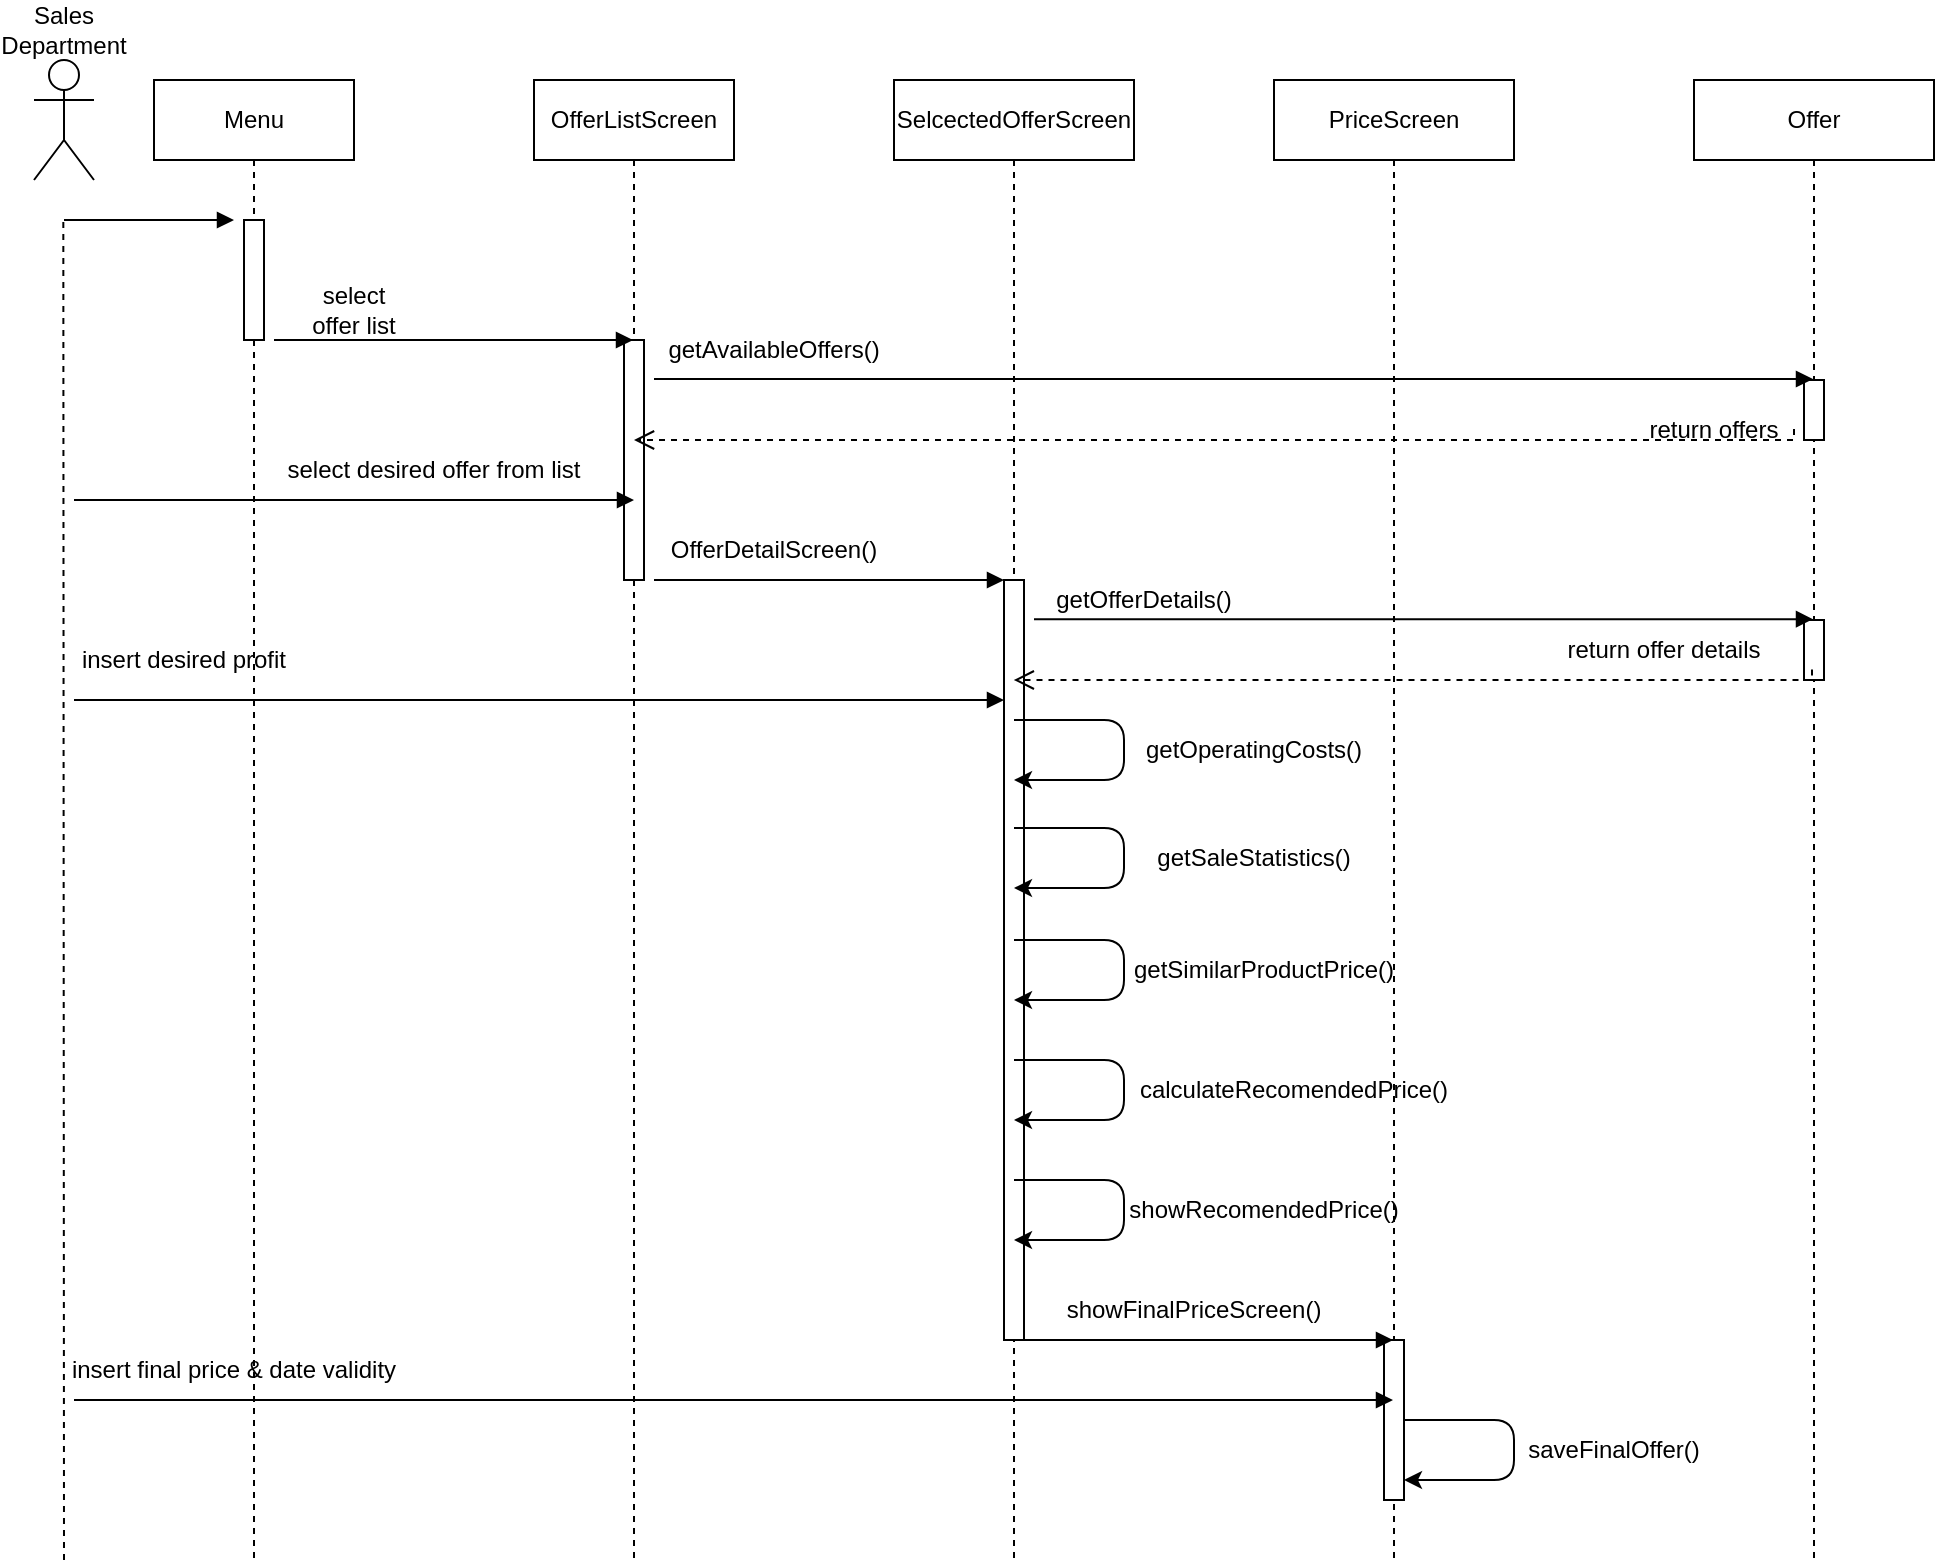
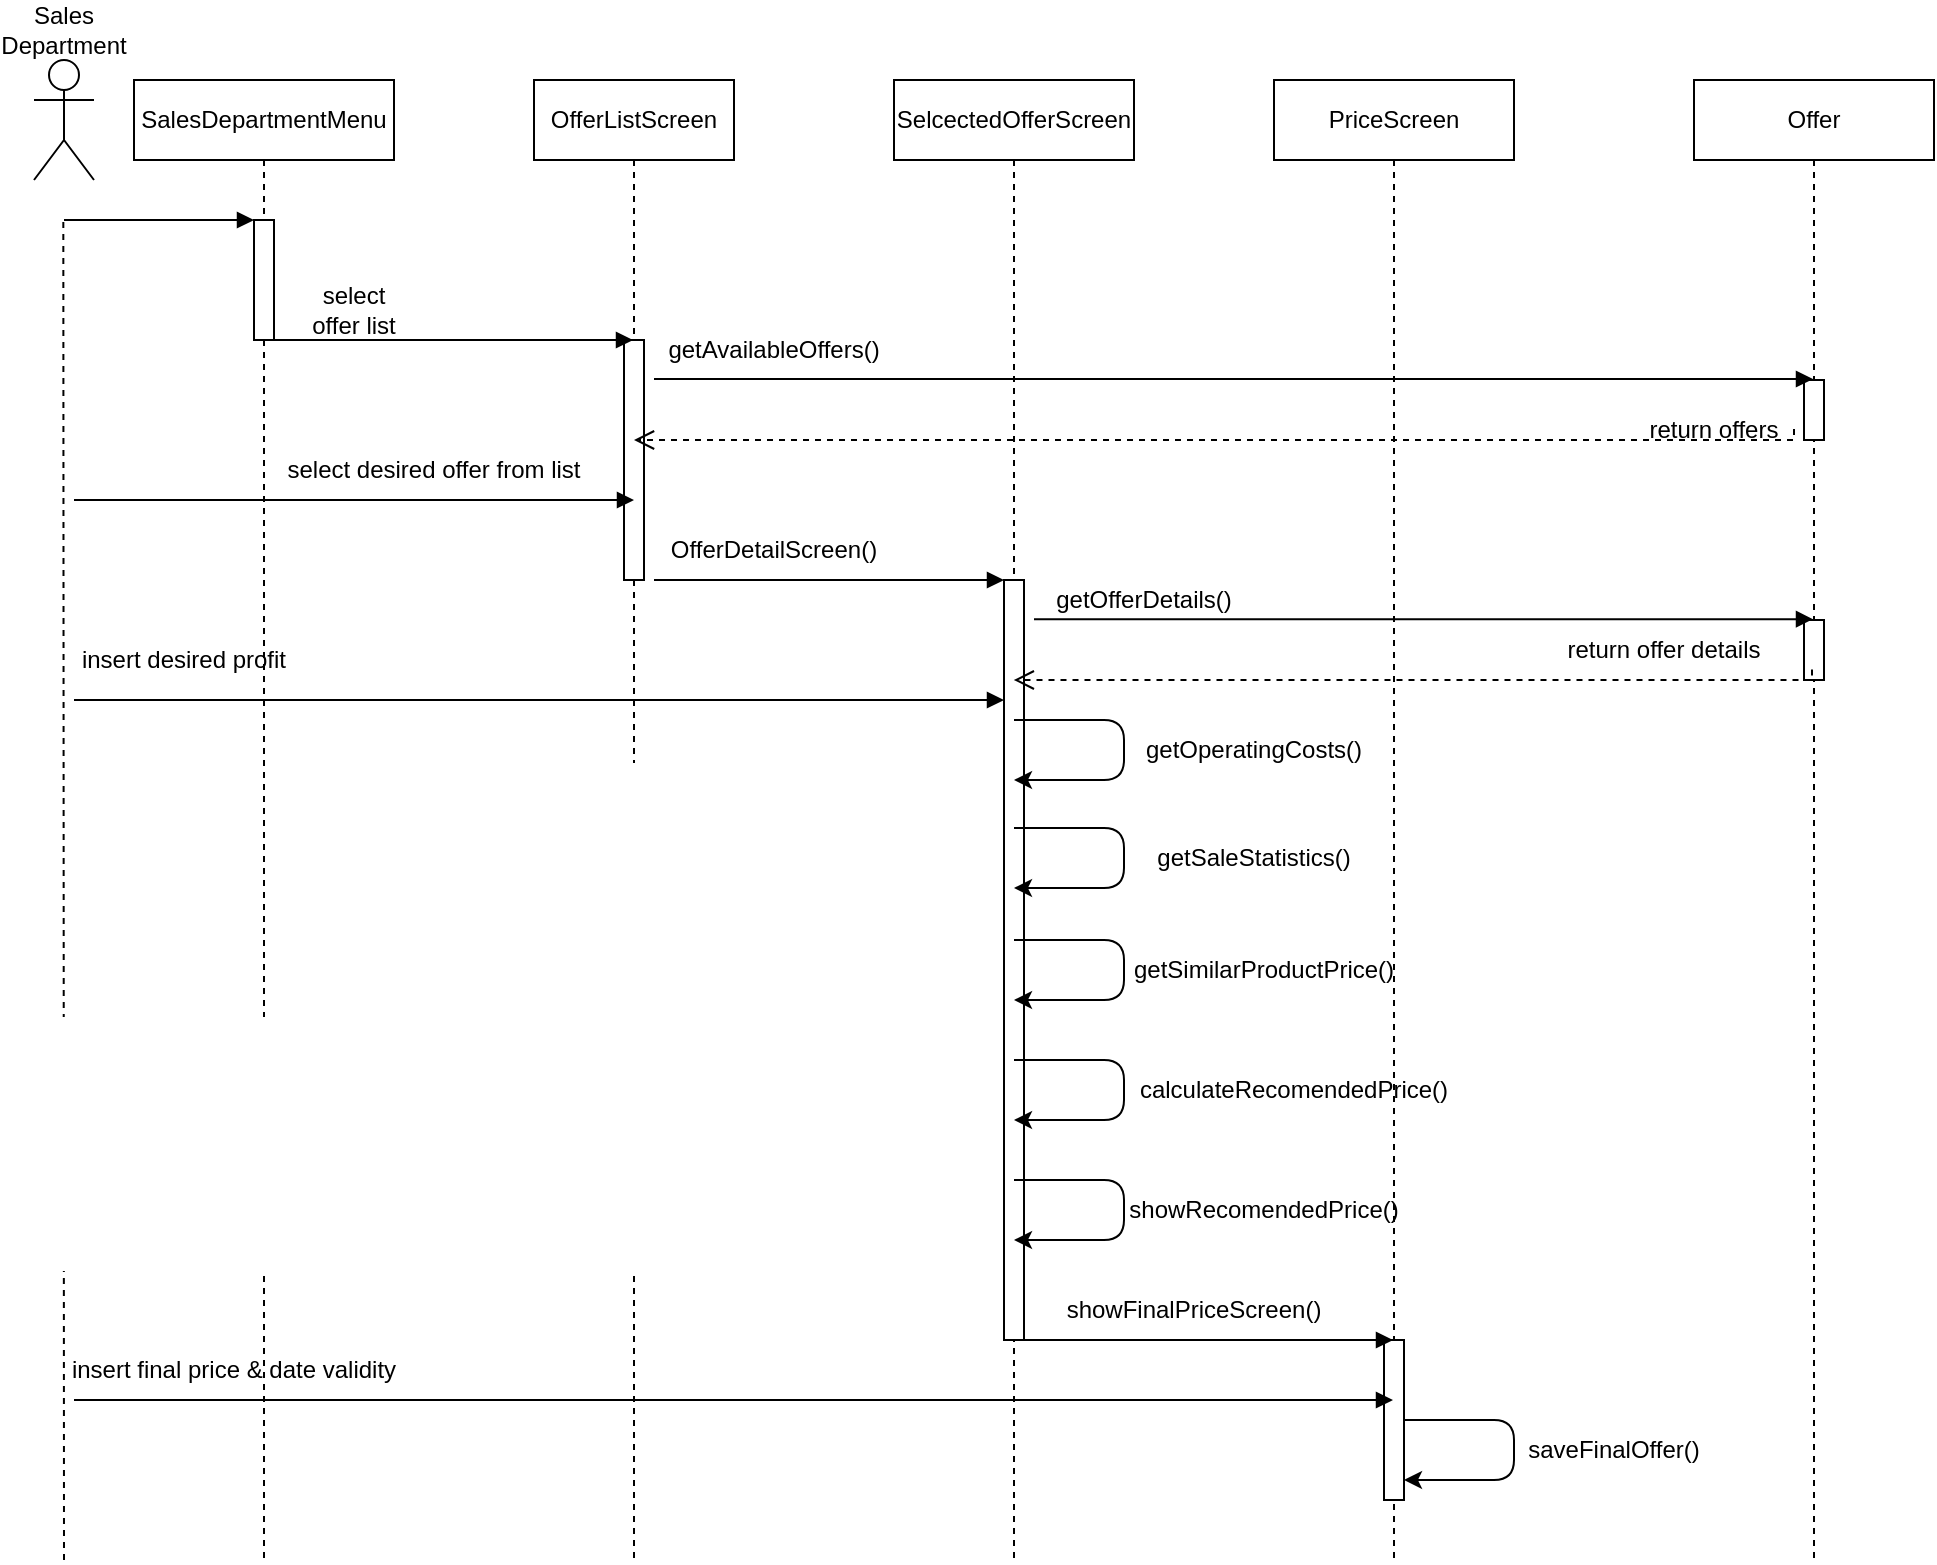
<mxfile host="Electron" agent="5.0 (Macintosh; Intel Mac OS X 10_15_7) AppleWebKit/537.36 (KHTML, like Gecko) Chrome/109.0.0.0 Safari/537.36">
  <diagram name="Page-1" id="2YBvvXClWsGukQMizWep">
-     <mxGraphModel dx="1768" dy="1104" grid="1" gridSize="10" guides="1" tooltips="1" connect="1" arrows="1" fold="1" page="1" pageScale="1" pageWidth="1169" pageHeight="827" math="0" shadow="0">
+     <mxGraphModel dx="1414" dy="883" grid="1" gridSize="10" guides="1" tooltips="1" connect="1" arrows="1" fold="1" page="1" pageScale="1" pageWidth="1169" pageHeight="827" math="0" shadow="0">
      <root>
        <mxCell id="0" />
        <mxCell id="1" parent="0" />
-         <mxCell id="aM9ryv3xv72pqoxQDRHE-1" parent="1" style="shape=umlLifeline;perimeter=lifelinePerimeter;whiteSpace=wrap;html=1;container=0;dropTarget=0;collapsible=0;recursiveResize=0;outlineConnect=0;portConstraint=eastwest;newEdgeStyle={&quot;edgeStyle&quot;:&quot;elbowEdgeStyle&quot;,&quot;elbow&quot;:&quot;vertical&quot;,&quot;curved&quot;:0,&quot;rounded&quot;:0};" value="Menu" vertex="1">
-           <mxGeometry height="740" width="100" x="90" y="40" as="geometry" />
+         <mxCell id="aM9ryv3xv72pqoxQDRHE-1" parent="1" style="shape=umlLifeline;perimeter=lifelinePerimeter;whiteSpace=wrap;html=1;container=0;dropTarget=0;collapsible=0;recursiveResize=0;outlineConnect=0;portConstraint=eastwest;newEdgeStyle={&quot;edgeStyle&quot;:&quot;elbowEdgeStyle&quot;,&quot;elbow&quot;:&quot;vertical&quot;,&quot;curved&quot;:0,&quot;rounded&quot;:0};" value="SalesDepartmentMenu" vertex="1">
+           <mxGeometry height="740" width="130" x="80" y="40" as="geometry" />
        </mxCell>
        <mxCell id="aM9ryv3xv72pqoxQDRHE-2" parent="aM9ryv3xv72pqoxQDRHE-1" style="html=1;points=[];perimeter=orthogonalPerimeter;outlineConnect=0;targetShapes=umlLifeline;portConstraint=eastwest;newEdgeStyle={&quot;edgeStyle&quot;:&quot;elbowEdgeStyle&quot;,&quot;elbow&quot;:&quot;vertical&quot;,&quot;curved&quot;:0,&quot;rounded&quot;:0};" value="" vertex="1">
-           <mxGeometry height="60" width="10" x="45" y="70" as="geometry" />
+           <mxGeometry height="60" width="10" x="60" y="70" as="geometry" />
        </mxCell>
        <mxCell id="aM9ryv3xv72pqoxQDRHE-5" parent="1" style="shape=umlLifeline;perimeter=lifelinePerimeter;whiteSpace=wrap;html=1;container=0;dropTarget=0;collapsible=0;recursiveResize=0;outlineConnect=0;portConstraint=eastwest;newEdgeStyle={&quot;edgeStyle&quot;:&quot;elbowEdgeStyle&quot;,&quot;elbow&quot;:&quot;vertical&quot;,&quot;curved&quot;:0,&quot;rounded&quot;:0};" value="OfferListScreen" vertex="1">
          <mxGeometry height="740" width="100" x="280" y="40" as="geometry" />
        </mxCell>
        <mxCell id="aM9ryv3xv72pqoxQDRHE-6" parent="aM9ryv3xv72pqoxQDRHE-5" style="html=1;points=[];perimeter=orthogonalPerimeter;outlineConnect=0;targetShapes=umlLifeline;portConstraint=eastwest;newEdgeStyle={&quot;edgeStyle&quot;:&quot;elbowEdgeStyle&quot;,&quot;elbow&quot;:&quot;vertical&quot;,&quot;curved&quot;:0,&quot;rounded&quot;:0};" value="" vertex="1">
          <mxGeometry height="120" width="10" x="45" y="130" as="geometry" />
        </mxCell>
-         <mxCell id="aM9ryv3xv72pqoxQDRHE-7" edge="1" parent="1" style="html=1;verticalAlign=bottom;endArrow=block;edgeStyle=elbowEdgeStyle;elbow=vertical;curved=0;rounded=0;" value="">
+         <mxCell id="aM9ryv3xv72pqoxQDRHE-7" edge="1" parent="1" style="html=1;verticalAlign=bottom;endArrow=block;edgeStyle=elbowEdgeStyle;elbow=vertical;curved=0;rounded=0;" target="aM9ryv3xv72pqoxQDRHE-2" value="">
          <mxGeometry relative="1" as="geometry">
            <Array as="points">
              <mxPoint x="45" y="110" />
            </Array>
            <mxPoint x="50" y="110" as="sourcePoint" />
            <mxPoint x="130" y="110" as="targetPoint" />
          </mxGeometry>
        </mxCell>
        <mxCell id="aM9ryv3xv72pqoxQDRHE-8" edge="1" parent="1" style="html=1;verticalAlign=bottom;endArrow=open;dashed=1;endSize=8;edgeStyle=elbowEdgeStyle;elbow=vertical;curved=0;rounded=0;" target="aM9ryv3xv72pqoxQDRHE-5" value="">
          <mxGeometry relative="1" as="geometry">
            <Array as="points">
              <mxPoint x="780" y="220" />
              <mxPoint x="1110" y="214.5" />
            </Array>
            <mxPoint x="910" y="214.49999999999977" as="sourcePoint" />
            <mxPoint x="740" y="214.49999999999977" as="targetPoint" />
          </mxGeometry>
        </mxCell>
        <mxCell id="XQ9o8wrTZQphETnOL21r-1" parent="1" style="shape=umlActor;verticalLabelPosition=bottom;verticalAlign=top;html=1;outlineConnect=0;" value="" vertex="1">
          <mxGeometry height="60" width="30" x="30" y="30" as="geometry" />
        </mxCell>
        <mxCell id="XQ9o8wrTZQphETnOL21r-6" parent="1" style="text;html=1;whiteSpace=wrap;strokeColor=none;fillColor=none;align=center;verticalAlign=middle;rounded=0;" value="Sales Department" vertex="1">
          <mxGeometry height="30" width="60" x="15" as="geometry" />
        </mxCell>
        <mxCell id="XQ9o8wrTZQphETnOL21r-8" edge="1" parent="1" style="endArrow=none;dashed=1;html=1;rounded=0;" value="">
          <mxGeometry height="50" relative="1" width="50" as="geometry">
            <mxPoint x="45" y="780" as="sourcePoint" />
            <mxPoint x="44.65999999999999" y="110" as="targetPoint" />
          </mxGeometry>
        </mxCell>
        <mxCell id="XQ9o8wrTZQphETnOL21r-12" parent="1" style="shape=umlLifeline;perimeter=lifelinePerimeter;whiteSpace=wrap;html=1;container=0;dropTarget=0;collapsible=0;recursiveResize=0;outlineConnect=0;portConstraint=eastwest;newEdgeStyle={&quot;edgeStyle&quot;:&quot;elbowEdgeStyle&quot;,&quot;elbow&quot;:&quot;vertical&quot;,&quot;curved&quot;:0,&quot;rounded&quot;:0};" value="SelcectedOfferScreen" vertex="1">
          <mxGeometry height="740" width="120" x="460" y="40" as="geometry" />
        </mxCell>
        <mxCell id="XQ9o8wrTZQphETnOL21r-13" parent="XQ9o8wrTZQphETnOL21r-12" style="html=1;points=[];perimeter=orthogonalPerimeter;outlineConnect=0;targetShapes=umlLifeline;portConstraint=eastwest;newEdgeStyle={&quot;edgeStyle&quot;:&quot;elbowEdgeStyle&quot;,&quot;elbow&quot;:&quot;vertical&quot;,&quot;curved&quot;:0,&quot;rounded&quot;:0};" value="" vertex="1">
          <mxGeometry height="380" width="10" x="55" y="250" as="geometry" />
        </mxCell>
        <mxCell id="XQ9o8wrTZQphETnOL21r-14" parent="1" style="shape=umlLifeline;perimeter=lifelinePerimeter;whiteSpace=wrap;html=1;container=0;dropTarget=0;collapsible=0;recursiveResize=0;outlineConnect=0;portConstraint=eastwest;newEdgeStyle={&quot;edgeStyle&quot;:&quot;elbowEdgeStyle&quot;,&quot;elbow&quot;:&quot;vertical&quot;,&quot;curved&quot;:0,&quot;rounded&quot;:0};" value="PriceScreen" vertex="1">
          <mxGeometry height="740" width="120" x="650" y="40" as="geometry" />
        </mxCell>
        <mxCell id="XQ9o8wrTZQphETnOL21r-15" parent="XQ9o8wrTZQphETnOL21r-14" style="html=1;points=[];perimeter=orthogonalPerimeter;outlineConnect=0;targetShapes=umlLifeline;portConstraint=eastwest;newEdgeStyle={&quot;edgeStyle&quot;:&quot;elbowEdgeStyle&quot;,&quot;elbow&quot;:&quot;vertical&quot;,&quot;curved&quot;:0,&quot;rounded&quot;:0};" value="" vertex="1">
          <mxGeometry height="80" width="10" x="55" y="630" as="geometry" />
        </mxCell>
        <mxCell id="XQ9o8wrTZQphETnOL21r-16" parent="1" style="shape=umlLifeline;perimeter=lifelinePerimeter;whiteSpace=wrap;html=1;container=0;dropTarget=0;collapsible=0;recursiveResize=0;outlineConnect=0;portConstraint=eastwest;newEdgeStyle={&quot;edgeStyle&quot;:&quot;elbowEdgeStyle&quot;,&quot;elbow&quot;:&quot;vertical&quot;,&quot;curved&quot;:0,&quot;rounded&quot;:0};" value="Offer" vertex="1">
          <mxGeometry height="740" width="120" x="860" y="40" as="geometry" />
        </mxCell>
        <mxCell id="XQ9o8wrTZQphETnOL21r-17" parent="XQ9o8wrTZQphETnOL21r-16" style="html=1;points=[];perimeter=orthogonalPerimeter;outlineConnect=0;targetShapes=umlLifeline;portConstraint=eastwest;newEdgeStyle={&quot;edgeStyle&quot;:&quot;elbowEdgeStyle&quot;,&quot;elbow&quot;:&quot;vertical&quot;,&quot;curved&quot;:0,&quot;rounded&quot;:0};" value="" vertex="1">
          <mxGeometry height="30" width="10" x="55" y="150" as="geometry" />
        </mxCell>
        <mxCell id="XQ9o8wrTZQphETnOL21r-56" parent="XQ9o8wrTZQphETnOL21r-16" style="html=1;points=[];perimeter=orthogonalPerimeter;outlineConnect=0;targetShapes=umlLifeline;portConstraint=eastwest;newEdgeStyle={&quot;edgeStyle&quot;:&quot;elbowEdgeStyle&quot;,&quot;elbow&quot;:&quot;vertical&quot;,&quot;curved&quot;:0,&quot;rounded&quot;:0};" value="" vertex="1">
          <mxGeometry height="30" width="10" x="55" y="270" as="geometry" />
        </mxCell>
        <mxCell id="XQ9o8wrTZQphETnOL21r-19" edge="1" parent="1" style="html=1;verticalAlign=bottom;endArrow=block;edgeStyle=elbowEdgeStyle;elbow=vertical;curved=0;rounded=0;" target="aM9ryv3xv72pqoxQDRHE-5" value="">
          <mxGeometry relative="1" as="geometry">
            <Array as="points">
              <mxPoint x="150" y="170" />
            </Array>
            <mxPoint x="155" y="170" as="sourcePoint" />
            <mxPoint x="235" y="170" as="targetPoint" />
          </mxGeometry>
        </mxCell>
        <mxCell id="XQ9o8wrTZQphETnOL21r-20" parent="1" style="text;html=1;whiteSpace=wrap;strokeColor=none;fillColor=none;align=center;verticalAlign=middle;rounded=0;" value="select offer list" vertex="1">
          <mxGeometry height="30" width="60" x="160" y="140" as="geometry" />
        </mxCell>
        <mxCell id="XQ9o8wrTZQphETnOL21r-21" edge="1" parent="1" style="html=1;verticalAlign=bottom;endArrow=block;edgeStyle=elbowEdgeStyle;elbow=vertical;curved=0;rounded=0;" value="">
          <mxGeometry relative="1" as="geometry">
            <Array as="points">
              <mxPoint x="50" y="250" />
            </Array>
            <mxPoint x="155" y="250" as="sourcePoint" />
            <mxPoint x="330" y="250" as="targetPoint" />
          </mxGeometry>
        </mxCell>
        <mxCell id="XQ9o8wrTZQphETnOL21r-22" parent="1" style="text;html=1;whiteSpace=wrap;strokeColor=none;fillColor=none;align=center;verticalAlign=middle;rounded=0;" value="select desired offer from list" vertex="1">
          <mxGeometry height="30" width="160" x="150" y="220" as="geometry" />
        </mxCell>
        <mxCell id="XQ9o8wrTZQphETnOL21r-23" edge="1" parent="1" style="html=1;verticalAlign=bottom;endArrow=block;edgeStyle=elbowEdgeStyle;elbow=vertical;curved=0;rounded=0;" target="XQ9o8wrTZQphETnOL21r-13" value="">
          <mxGeometry relative="1" as="geometry">
            <Array as="points">
              <mxPoint x="340" y="290" />
            </Array>
            <mxPoint x="445" y="290" as="sourcePoint" />
            <mxPoint x="510" y="290" as="targetPoint" />
          </mxGeometry>
        </mxCell>
        <mxCell id="XQ9o8wrTZQphETnOL21r-24" parent="1" style="text;html=1;whiteSpace=wrap;strokeColor=none;fillColor=none;align=center;verticalAlign=middle;rounded=0;" value="OfferDetailScreen()" vertex="1">
          <mxGeometry height="30" width="60" x="370" y="260" as="geometry" />
        </mxCell>
        <mxCell id="XQ9o8wrTZQphETnOL21r-26" edge="1" parent="1" style="html=1;verticalAlign=bottom;endArrow=block;edgeStyle=elbowEdgeStyle;elbow=vertical;curved=0;rounded=0;" value="">
          <mxGeometry relative="1" as="geometry">
            <Array as="points">
              <mxPoint x="530" y="309.58" />
            </Array>
            <mxPoint x="635" y="309.58" as="sourcePoint" />
            <mxPoint x="919.5" y="309.58" as="targetPoint" />
          </mxGeometry>
        </mxCell>
        <mxCell id="XQ9o8wrTZQphETnOL21r-27" edge="1" parent="1" style="html=1;verticalAlign=bottom;endArrow=block;edgeStyle=elbowEdgeStyle;elbow=vertical;curved=0;rounded=0;" target="XQ9o8wrTZQphETnOL21r-16" value="">
          <mxGeometry relative="1" as="geometry">
            <Array as="points">
              <mxPoint x="340" y="189.5" />
            </Array>
            <mxPoint x="445" y="189.5" as="sourcePoint" />
            <mxPoint x="515" y="189.5" as="targetPoint" />
          </mxGeometry>
        </mxCell>
        <mxCell id="XQ9o8wrTZQphETnOL21r-28" parent="1" style="text;html=1;whiteSpace=wrap;strokeColor=none;fillColor=none;align=center;verticalAlign=middle;rounded=0;" value="getAvailableOffers()" vertex="1">
          <mxGeometry height="30" width="60" x="370" y="160" as="geometry" />
        </mxCell>
        <mxCell id="XQ9o8wrTZQphETnOL21r-29" parent="1" style="text;html=1;whiteSpace=wrap;strokeColor=none;fillColor=none;align=center;verticalAlign=middle;rounded=0;" value="return offers" vertex="1">
          <mxGeometry height="30" width="80" x="830" y="200" as="geometry" />
        </mxCell>
        <mxCell id="XQ9o8wrTZQphETnOL21r-30" parent="1" style="text;html=1;whiteSpace=wrap;strokeColor=none;fillColor=none;align=center;verticalAlign=middle;rounded=0;" value="getOfferDetails()" vertex="1">
          <mxGeometry height="30" width="60" x="555" y="285" as="geometry" />
        </mxCell>
        <mxCell id="XQ9o8wrTZQphETnOL21r-31" edge="1" parent="1" style="html=1;verticalAlign=bottom;endArrow=open;dashed=1;endSize=8;edgeStyle=elbowEdgeStyle;elbow=vertical;curved=0;rounded=0;" value="">
          <mxGeometry relative="1" as="geometry">
            <Array as="points">
              <mxPoint x="910" y="340" />
              <mxPoint x="1119" y="334.7500000000002" />
            </Array>
            <mxPoint x="919" y="334.75" as="sourcePoint" />
            <mxPoint x="519.8939393939393" y="340" as="targetPoint" />
          </mxGeometry>
        </mxCell>
        <mxCell id="XQ9o8wrTZQphETnOL21r-32" parent="1" style="text;html=1;whiteSpace=wrap;strokeColor=none;fillColor=none;align=center;verticalAlign=middle;rounded=0;" value="return offer details" vertex="1">
          <mxGeometry height="30" width="110" x="790" y="310" as="geometry" />
        </mxCell>
        <mxCell id="XQ9o8wrTZQphETnOL21r-34" edge="1" parent="1" source="XQ9o8wrTZQphETnOL21r-12" style="curved=0;endArrow=classic;html=1;rounded=1;" target="XQ9o8wrTZQphETnOL21r-12" value="">
          <mxGeometry height="50" relative="1" width="50" as="geometry">
            <Array as="points">
              <mxPoint x="575" y="360" />
              <mxPoint x="575" y="390" />
            </Array>
            <mxPoint x="550" y="360" as="sourcePoint" />
            <mxPoint x="550" y="390" as="targetPoint" />
          </mxGeometry>
        </mxCell>
        <mxCell id="XQ9o8wrTZQphETnOL21r-35" parent="1" style="text;html=1;whiteSpace=wrap;strokeColor=none;fillColor=none;align=center;verticalAlign=middle;rounded=0;" value="getOperatingCosts()" vertex="1">
          <mxGeometry height="30" width="60" x="610" y="360" as="geometry" />
        </mxCell>
        <mxCell id="XQ9o8wrTZQphETnOL21r-36" edge="1" parent="1" style="curved=0;endArrow=classic;html=1;rounded=1;" value="">
          <mxGeometry height="50" relative="1" width="50" as="geometry">
            <Array as="points">
              <mxPoint x="575" y="414" />
              <mxPoint x="575" y="444" />
            </Array>
            <mxPoint x="520" y="414" as="sourcePoint" />
            <mxPoint x="520" y="444" as="targetPoint" />
          </mxGeometry>
        </mxCell>
        <mxCell id="XQ9o8wrTZQphETnOL21r-39" edge="1" parent="1" style="curved=0;endArrow=classic;html=1;rounded=1;" value="">
          <mxGeometry height="50" relative="1" width="50" as="geometry">
            <Array as="points">
              <mxPoint x="575" y="470" />
              <mxPoint x="575" y="500" />
            </Array>
            <mxPoint x="520" y="470" as="sourcePoint" />
            <mxPoint x="520" y="500" as="targetPoint" />
          </mxGeometry>
        </mxCell>
        <mxCell id="XQ9o8wrTZQphETnOL21r-40" edge="1" parent="1" style="curved=0;endArrow=classic;html=1;rounded=1;" value="">
          <mxGeometry height="50" relative="1" width="50" as="geometry">
            <Array as="points">
              <mxPoint x="575" y="530" />
              <mxPoint x="575" y="560" />
            </Array>
            <mxPoint x="520" y="530" as="sourcePoint" />
            <mxPoint x="520" y="560" as="targetPoint" />
          </mxGeometry>
        </mxCell>
        <mxCell id="XQ9o8wrTZQphETnOL21r-41" parent="1" style="text;html=1;whiteSpace=wrap;strokeColor=none;fillColor=none;align=center;verticalAlign=middle;rounded=0;" value="getSaleStatistics()" vertex="1">
          <mxGeometry height="30" width="60" x="610" y="414" as="geometry" />
        </mxCell>
        <mxCell id="XQ9o8wrTZQphETnOL21r-43" parent="1" style="text;html=1;whiteSpace=wrap;strokeColor=none;fillColor=none;align=center;verticalAlign=middle;rounded=0;" value="getSimilarProductPrice()" vertex="1">
          <mxGeometry height="30" width="60" x="615" y="470" as="geometry" />
        </mxCell>
        <mxCell id="XQ9o8wrTZQphETnOL21r-44" parent="1" style="text;html=1;whiteSpace=wrap;strokeColor=none;fillColor=none;align=center;verticalAlign=middle;rounded=0;" value="calculateRecomendedPrice()" vertex="1">
          <mxGeometry height="30" width="60" x="630" y="530" as="geometry" />
        </mxCell>
        <mxCell id="XQ9o8wrTZQphETnOL21r-45" edge="1" parent="1" style="curved=0;endArrow=classic;html=1;rounded=1;" value="">
          <mxGeometry height="50" relative="1" width="50" as="geometry">
            <Array as="points">
              <mxPoint x="575" y="590" />
              <mxPoint x="575" y="620" />
            </Array>
            <mxPoint x="520" y="590" as="sourcePoint" />
            <mxPoint x="520" y="620" as="targetPoint" />
          </mxGeometry>
        </mxCell>
        <mxCell id="XQ9o8wrTZQphETnOL21r-46" parent="1" style="text;html=1;whiteSpace=wrap;strokeColor=none;fillColor=none;align=center;verticalAlign=middle;rounded=0;" value="showRecomendedPrice()" vertex="1">
          <mxGeometry height="30" width="60" x="615" y="590" as="geometry" />
        </mxCell>
        <mxCell id="XQ9o8wrTZQphETnOL21r-47" edge="1" parent="1" style="html=1;verticalAlign=bottom;endArrow=block;edgeStyle=elbowEdgeStyle;elbow=vertical;curved=0;rounded=0;" value="">
          <mxGeometry relative="1" as="geometry">
            <Array as="points">
              <mxPoint x="520" y="670" />
            </Array>
            <mxPoint x="625" y="670" as="sourcePoint" />
            <mxPoint x="709.5" y="670" as="targetPoint" />
          </mxGeometry>
        </mxCell>
        <mxCell id="XQ9o8wrTZQphETnOL21r-48" parent="1" style="text;html=1;whiteSpace=wrap;strokeColor=none;fillColor=none;align=center;verticalAlign=middle;rounded=0;" value="showFinalPriceScreen()" vertex="1">
          <mxGeometry height="30" width="60" x="580" y="640" as="geometry" />
        </mxCell>
        <mxCell id="XQ9o8wrTZQphETnOL21r-49" edge="1" parent="1" style="html=1;verticalAlign=bottom;endArrow=block;edgeStyle=elbowEdgeStyle;elbow=vertical;curved=0;rounded=0;" value="">
          <mxGeometry relative="1" as="geometry">
            <Array as="points">
              <mxPoint x="50" y="700" />
            </Array>
            <mxPoint x="305" y="700" as="sourcePoint" />
            <mxPoint x="709.5" y="700" as="targetPoint" />
          </mxGeometry>
        </mxCell>
        <mxCell id="XQ9o8wrTZQphETnOL21r-50" parent="1" style="text;html=1;whiteSpace=wrap;strokeColor=none;fillColor=none;align=center;verticalAlign=middle;rounded=0;" value="insert desired profit" vertex="1">
          <mxGeometry height="30" width="110" x="50" y="315" as="geometry" />
        </mxCell>
        <mxCell id="XQ9o8wrTZQphETnOL21r-52" edge="1" parent="1" style="html=1;verticalAlign=bottom;endArrow=block;edgeStyle=elbowEdgeStyle;elbow=vertical;curved=0;rounded=0;" target="XQ9o8wrTZQphETnOL21r-13" value="">
          <mxGeometry relative="1" as="geometry">
            <Array as="points">
              <mxPoint x="50" y="350" />
            </Array>
            <mxPoint x="105" y="350" as="sourcePoint" />
            <mxPoint x="509.5" y="350" as="targetPoint" />
          </mxGeometry>
        </mxCell>
        <mxCell id="XQ9o8wrTZQphETnOL21r-53" parent="1" style="text;html=1;whiteSpace=wrap;strokeColor=none;fillColor=none;align=center;verticalAlign=middle;rounded=0;" value="insert final price &amp;amp; date validity" vertex="1">
          <mxGeometry height="30" width="180" x="40" y="670" as="geometry" />
        </mxCell>
        <mxCell id="XQ9o8wrTZQphETnOL21r-54" edge="1" parent="1" style="curved=0;endArrow=classic;html=1;rounded=1;" value="">
          <mxGeometry height="50" relative="1" width="50" as="geometry">
            <Array as="points">
              <mxPoint x="770" y="710" />
              <mxPoint x="770" y="740" />
            </Array>
            <mxPoint x="715" y="710" as="sourcePoint" />
            <mxPoint x="715" y="740" as="targetPoint" />
          </mxGeometry>
        </mxCell>
        <mxCell id="XQ9o8wrTZQphETnOL21r-55" parent="1" style="text;html=1;whiteSpace=wrap;strokeColor=none;fillColor=none;align=center;verticalAlign=middle;rounded=0;" value="saveFinalOffer()" vertex="1">
          <mxGeometry height="30" width="60" x="790" y="710" as="geometry" />
        </mxCell>
      </root>
    </mxGraphModel>
  </diagram>
</mxfile>
